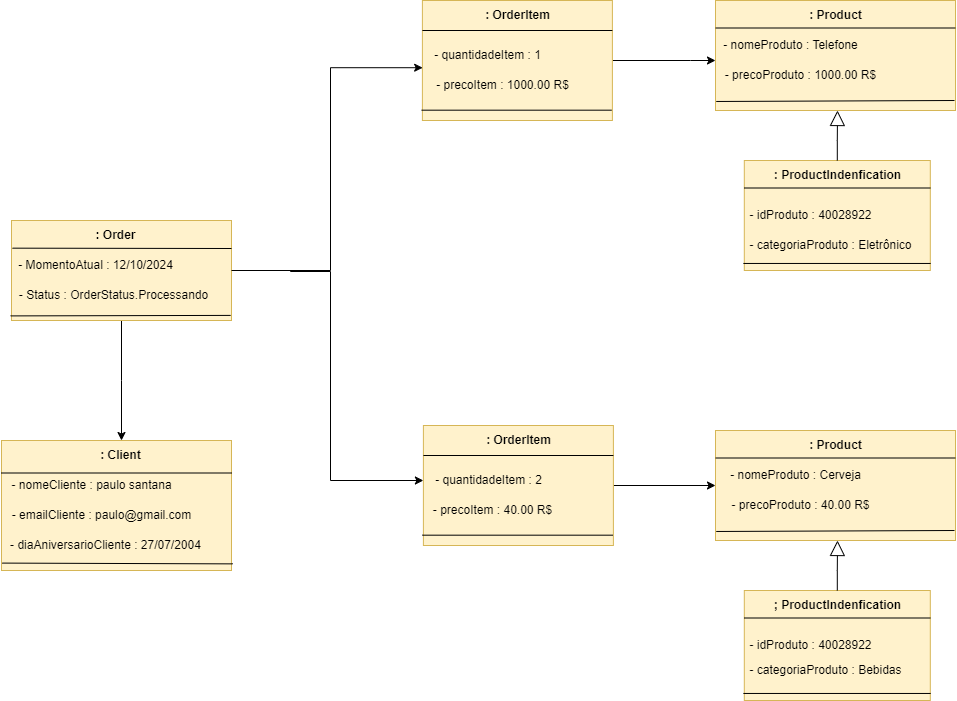
devpaulojr/OrderingSystem keeps this draw.io diagram as Imagens/Features_updated.drawio.png. Above is the earlier version. Source tidied: cells renumbered, new cells last; positions are measured from the earlier drawing's top-left corner, leaving out a move shared by most shapes.
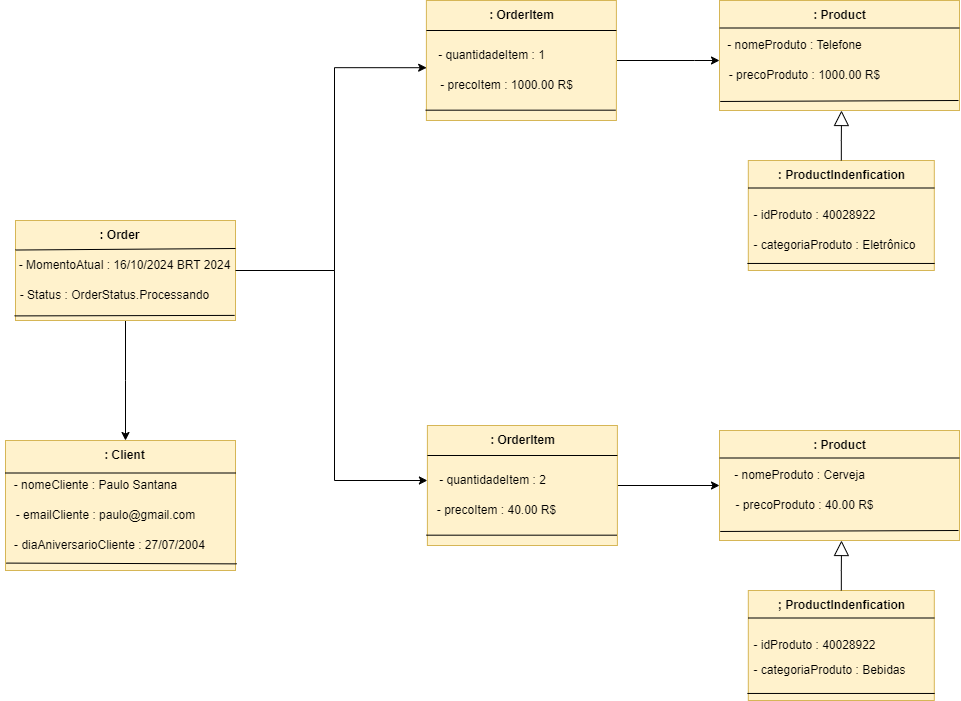
The same diagram one commit later.

The edit, as a diff of the source:
```diff
@@ -11,7 +11,7 @@
       <mxGeometry relative="1" as="geometry">
         <mxPoint x="290" y="270" as="sourcePoint" />
         <Array as="points">
-          <mxPoint x="330" y="271" />
+          <mxPoint x="330" y="270" />
           <mxPoint x="330" y="480" />
         </Array>
       </mxGeometry>
@@ -22,11 +22,11 @@
     <mxCell id="5" value="&lt;b&gt;: Order&lt;/b&gt;" style="text;html=1;align=center;verticalAlign=middle;strokeColor=none;fillColor=none;" parent="1" vertex="1">
       <mxGeometry x="85" y="220" width="60" height="30" as="geometry" />
     </mxCell>
-    <mxCell id="6" value="- MomentoAtual : 12/10/2024" style="text;html=1;align=center;verticalAlign=middle;points=[];strokeColor=none;fillColor=none;" parent="1" vertex="1">
-      <mxGeometry x="5" y="250" width="180" height="30" as="geometry" />
+    <mxCell id="6" value="- MomentoAtual : 16/10/2024 BRT 2024" style="text;html=1;align=center;verticalAlign=middle;points=[];strokeColor=none;fillColor=none;" parent="1" vertex="1">
+      <mxGeometry y="250" width="240" height="30" as="geometry" />
     </mxCell>
-    <mxCell id="7" value="- Status : OrderStatus.Processando" style="text;html=1;align=center;verticalAlign=middle;strokeColor=none;fillColor=none;" parent="1" vertex="1">
-      <mxGeometry x="8" y="280" width="210" height="30" as="geometry" />
+    <mxCell id="7" value="- Status : OrderStatus.Processando&amp;nbsp; &amp;nbsp;" style="text;html=1;align=center;verticalAlign=middle;strokeColor=none;fillColor=none;" parent="1" vertex="1">
+      <mxGeometry x="5" y="280" width="220" height="30" as="geometry" />
     </mxCell>
     <mxCell id="8" style="rounded=0;whiteSpace=wrap;html=1;fillColor=#fff2cc;strokeColor=#d6b656;" parent="1" vertex="1">
       <mxGeometry x="1" y="440" width="230" height="130" as="geometry" />
@@ -34,8 +34,8 @@
     <mxCell id="9" value="&lt;b&gt;: Client&lt;/b&gt;" style="text;html=1;align=center;verticalAlign=middle;strokeColor=none;fillColor=none;" parent="1" vertex="1">
       <mxGeometry x="89.5" y="440" width="60" height="30" as="geometry" />
     </mxCell>
-    <mxCell id="10" value="- nomeCliente : paulo santana" style="text;html=1;align=center;verticalAlign=middle;strokeColor=none;fillColor=none;" parent="1" vertex="1">
-      <mxGeometry x="1" y="470" width="180" height="30" as="geometry" />
+    <mxCell id="10" value="- nomeCliente : Paulo Santana" style="text;html=1;align=center;verticalAlign=middle;strokeColor=none;fillColor=none;" parent="1" vertex="1">
+      <mxGeometry x="-4" y="470" width="190" height="30" as="geometry" />
     </mxCell>
     <mxCell id="11" value="- emailCliente : paulo@gmail.com" style="text;html=1;align=center;verticalAlign=middle;strokeColor=none;fillColor=none;" parent="1" vertex="1">
       <mxGeometry x="1" y="500" width="200" height="30" as="geometry" />
@@ -95,7 +95,7 @@
         <mxPoint x="954" y="100" as="sourcePoint" />
       </mxGeometry>
     </mxCell>
-    <mxCell id="28" style="endArrow=none;html=1;rounded=0;exitX=0.039;exitY=-0.078;exitDx=0;exitDy=0;exitPerimeter=0;" parent="1" edge="1" source="6">
+    <mxCell id="28" style="endArrow=none;html=1;rounded=0;exitX=0.046;exitY=-0.016;exitDx=0;exitDy=0;exitPerimeter=0;" parent="1" edge="1" source="6">
       <mxGeometry relative="1" as="geometry">
         <mxPoint x="231" y="248" as="targetPoint" />
       </mxGeometry>
```
